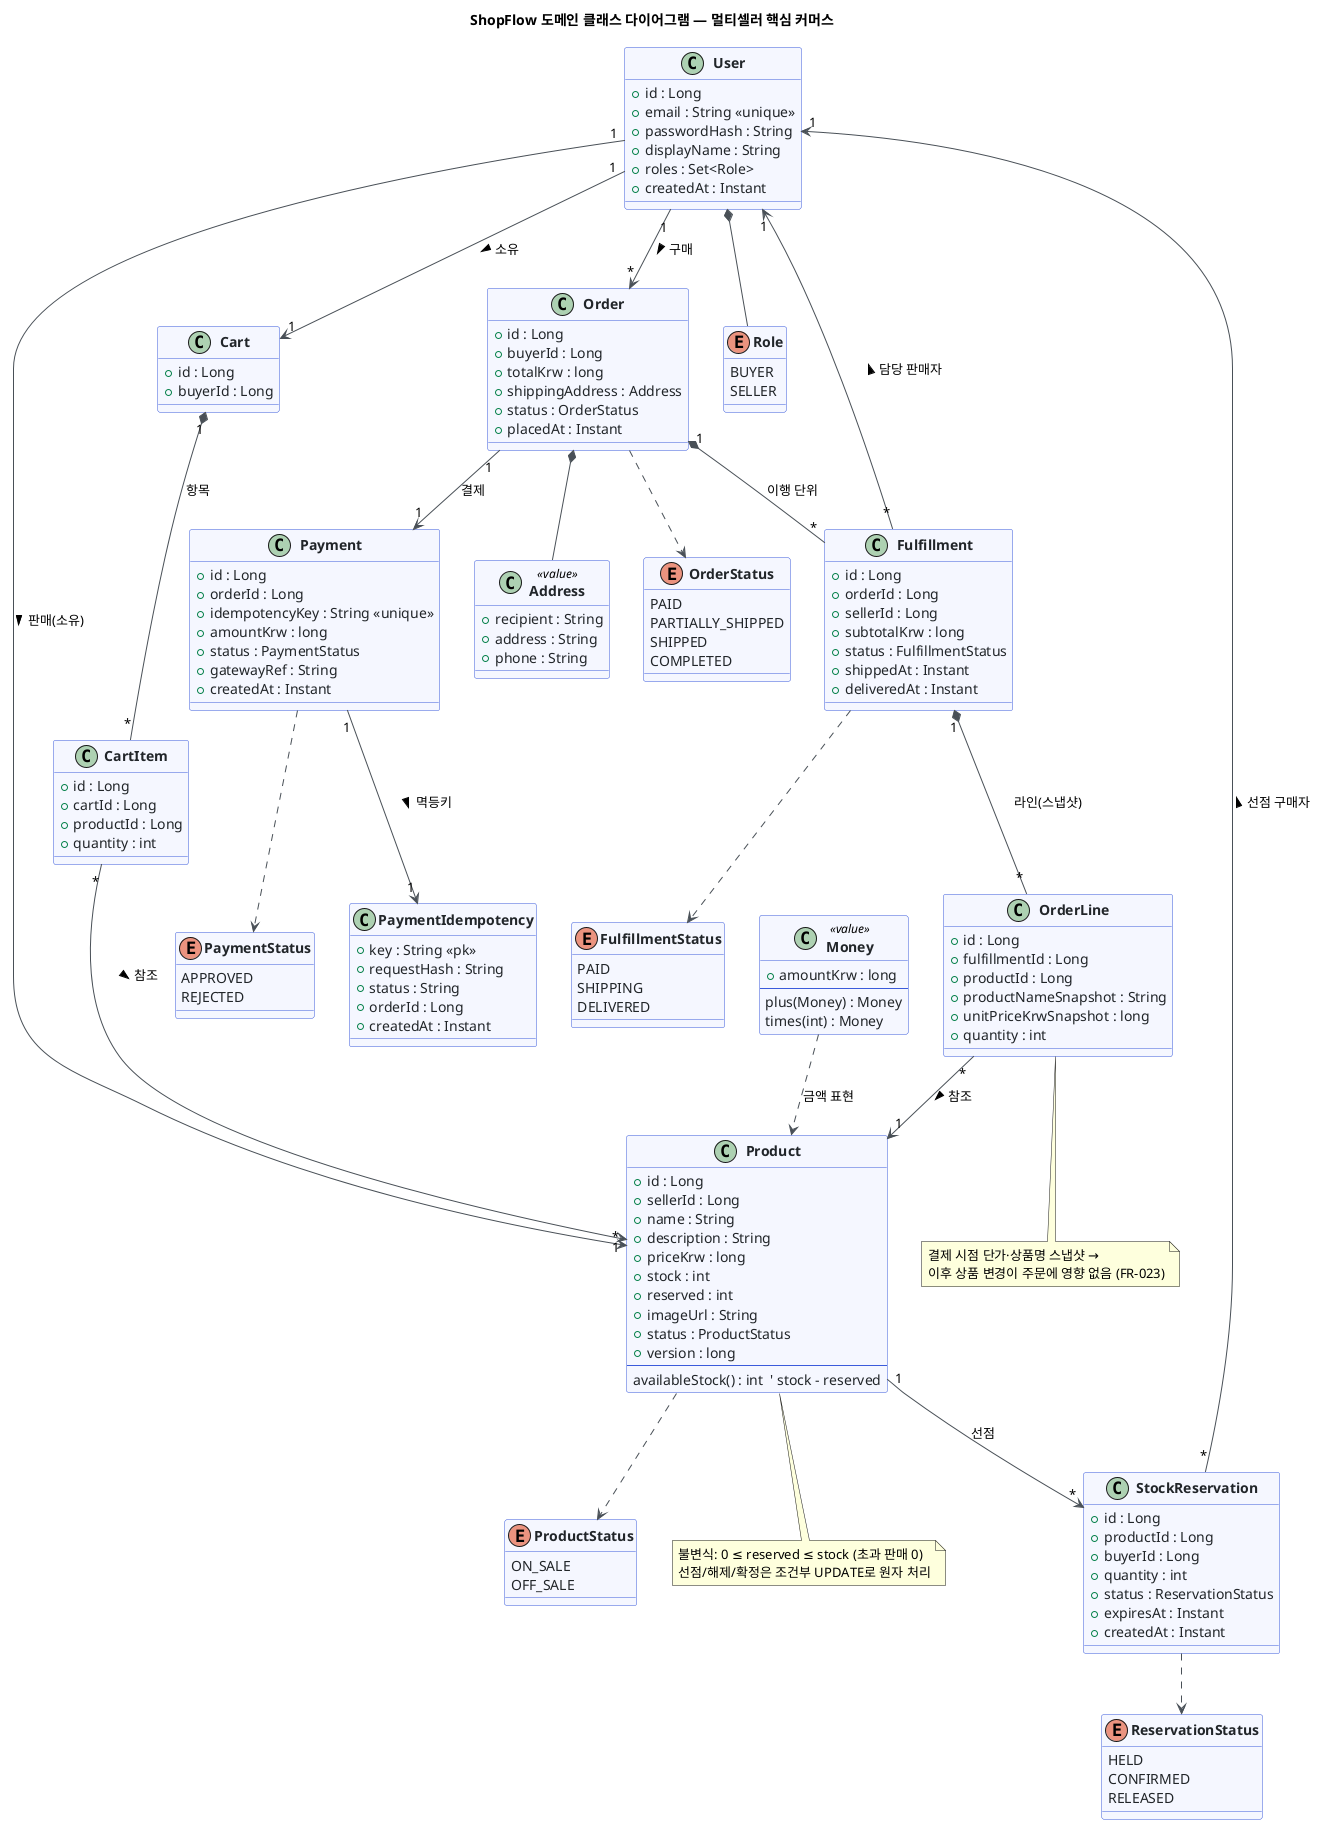
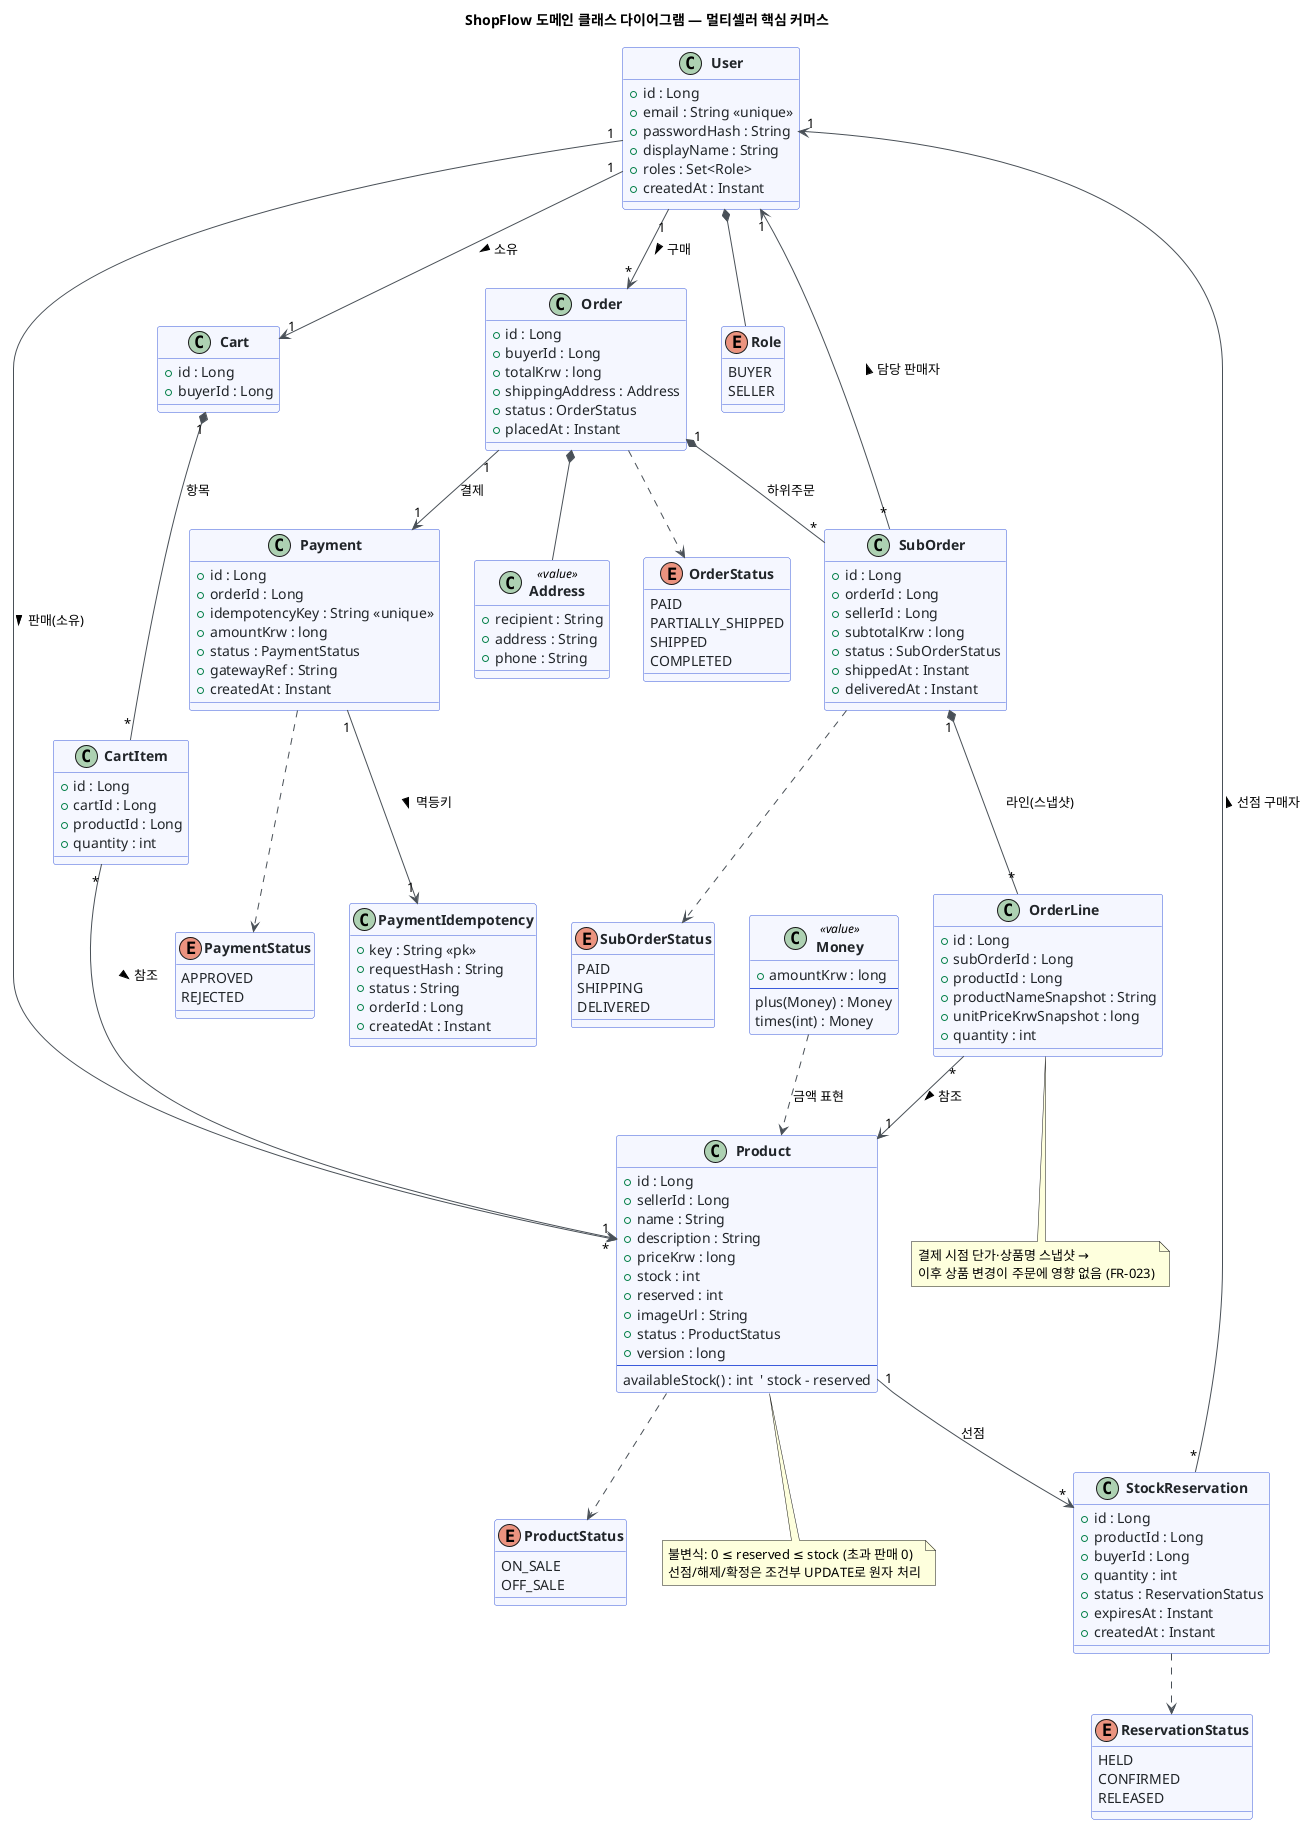
@startuml domain-class-marketplace-core
' ShopFlow — 멀티셀러 핵심 커머스 도메인 클래스 다이어그램
' 근거: specs/001-marketplace-core/data-model.md

title ShopFlow 도메인 클래스 다이어그램 — 멀티셀러 핵심 커머스

skinparam backgroundColor #FFFFFF
skinparam shadowing false
skinparam defaultFontName "Apple SD Gothic Neo"
skinparam classFontStyle bold
skinparam class {
  BackgroundColor #F5F7FF
  BorderColor #3B5BDB
  ArrowColor #495057
  AttributeFontColor #212529
}
skinparam enumBackgroundColor #FFF9DB
skinparam enumBorderColor #F08C00

' ===================== 엔티티 =====================

class User {
  +id : Long
  +email : String <<unique>>
  +passwordHash : String
  +displayName : String
  +roles : Set<Role>
  +createdAt : Instant
}

class Product {
  +id : Long
  +sellerId : Long
  +name : String
  +description : String
  +priceKrw : long
  +stock : int
  +reserved : int
  +imageUrl : String
  +status : ProductStatus
  +version : long
  --
  availableStock() : int  ' stock - reserved
}

class Cart {
  +id : Long
  +buyerId : Long
}

class CartItem {
  +id : Long
  +cartId : Long
  +productId : Long
  +quantity : int
}

class Order {
  +id : Long
  +buyerId : Long
  +totalKrw : long
  +shippingAddress : Address
  +status : OrderStatus
  +placedAt : Instant
}

- class Fulfillment {
+ class SubOrder {
  +id : Long
  +orderId : Long
  +sellerId : Long
  +subtotalKrw : long
-   +status : FulfillmentStatus
+   +status : SubOrderStatus
  +shippedAt : Instant
  +deliveredAt : Instant
}

class OrderLine {
  +id : Long
-   +fulfillmentId : Long
+   +subOrderId : Long
  +productId : Long
  +productNameSnapshot : String
  +unitPriceKrwSnapshot : long
  +quantity : int
}

class Payment {
  +id : Long
  +orderId : Long
  +idempotencyKey : String <<unique>>
  +amountKrw : long
  +status : PaymentStatus
  +gatewayRef : String
  +createdAt : Instant
}

class PaymentIdempotency {
  +key : String <<pk>>
  +requestHash : String
  +status : String
  +orderId : Long
  +createdAt : Instant
}

class StockReservation {
  +id : Long
  +productId : Long
  +buyerId : Long
  +quantity : int
  +status : ReservationStatus
  +expiresAt : Instant
  +createdAt : Instant
}

' ===================== 값 객체 =====================

class Address <<value>> {
  +recipient : String
  +address : String
  +phone : String
}

class Money <<value>> {
  +amountKrw : long
  --
  plus(Money) : Money
  times(int) : Money
}

' ===================== 열거형 =====================

enum Role {
  BUYER
  SELLER
}

enum ProductStatus {
  ON_SALE
  OFF_SALE
}

enum OrderStatus {
  PAID
  PARTIALLY_SHIPPED
  SHIPPED
  COMPLETED
}

- enum FulfillmentStatus {
+ enum SubOrderStatus {
  PAID
  SHIPPING
  DELIVERED
}

enum PaymentStatus {
  APPROVED
  REJECTED
}

enum ReservationStatus {
  HELD
  CONFIRMED
  RELEASED
}

' ===================== 관계 =====================

User "1" --> "*" Product : 판매(소유) >
User "1" --> "1" Cart : 소유 >
Cart "1" *-- "*" CartItem : 항목
CartItem "*" --> "1" Product : 참조 >

User "1" --> "*" Order : 구매 >
- Order "1" *-- "*" Fulfillment : 이행 단위
- Fulfillment "*" --> "1" User : 담당 판매자 >
- Fulfillment "1" *-- "*" OrderLine : 라인(스냅샷)
+ Order "1" *-- "*" SubOrder : 하위주문
+ SubOrder "*" --> "1" User : 담당 판매자 >
+ SubOrder "1" *-- "*" OrderLine : 라인(스냅샷)
OrderLine "*" --> "1" Product : 참조 >

Order "1" --> "1" Payment : 결제
Payment "1" --> "1" PaymentIdempotency : 멱등키 >

Product "1" --> "*" StockReservation : 선점
StockReservation "*" --> "1" User : 선점 구매자 >

' 값객체·enum 연결(대표)
Order *-- Address
User *-- Role
Product ..> ProductStatus
Order ..> OrderStatus
- Fulfillment ..> FulfillmentStatus
+ SubOrder ..> SubOrderStatus
Payment ..> PaymentStatus
StockReservation ..> ReservationStatus
Money ..> Product : 금액 표현

note bottom of Product
  불변식: 0 ≤ reserved ≤ stock (초과 판매 0)
  선점/해제/확정은 조건부 UPDATE로 원자 처리
end note

note bottom of OrderLine
  결제 시점 단가·상품명 스냅샷 →
  이후 상품 변경이 주문에 영향 없음 (FR-023)
end note

@enduml
